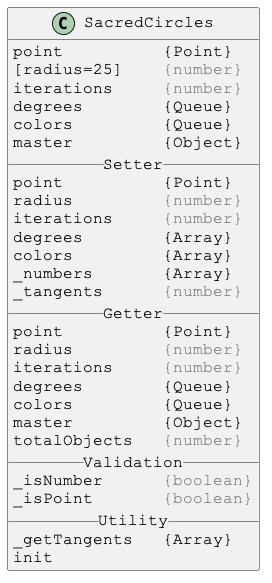
This is docs/PlantUml/images/SacredCircles.png from Justin-Byrne/canvasLab, a PlantUML export, as it was before one commit. Source of this version:
```plantuml
@startuml

skinparam DefaultFontSize 16
skinparam DefaultFontName Courier New

class SacredCircles {
point          {Point}
[radius=25]    <color:gray>{number}</color>
iterations     <color:gray>{number}</color>
degrees        {Queue}
colors         {Queue}
master         {Object}
__ Setter __
point          {Point}
radius         <color:gray>{number}</color>
iterations     <color:gray>{number}</color>
degrees        {Array}
colors         {Array}
_numbers       {Array}
_tangents      <color:gray>{number}</color>
__ Getter __
point          {Point}
radius         <color:gray>{number}</color>
iterations     <color:gray>{number}</color>
degrees        {Queue}
colors         {Queue}
master         {Object}
totalObjects   <color:gray>{number}</color>
__ Validation __
_isNumber      <color:gray>{boolean}</color>
_isPoint       <color:gray>{boolean}</color>
__ Utility __
_getTangents   {Array}
init
}

@enduml
```
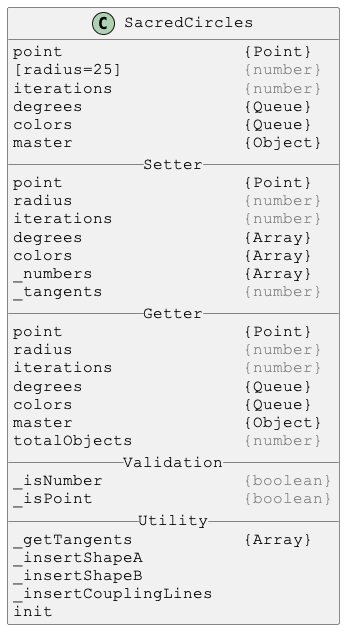
After the commit.

The edit, as a diff of the source:
```diff
@@ -4,33 +4,36 @@
 skinparam DefaultFontName Courier New
 
 class SacredCircles {
-point          {Point}
-[radius=25]    <color:gray>{number}</color>
-iterations     <color:gray>{number}</color>
-degrees        {Queue}
-colors         {Queue}
-master         {Object}
+point                  {Point}
+[radius=25]            <color:gray>{number}</color>
+iterations             <color:gray>{number}</color>
+degrees                {Queue}
+colors                 {Queue}
+master                 {Object}
 __ Setter __
-point          {Point}
-radius         <color:gray>{number}</color>
-iterations     <color:gray>{number}</color>
-degrees        {Array}
-colors         {Array}
-_numbers       {Array}
-_tangents      <color:gray>{number}</color>
+point                  {Point}
+radius                 <color:gray>{number}</color>
+iterations             <color:gray>{number}</color>
+degrees                {Array}
+colors                 {Array}
+_numbers               {Array}
+_tangents              <color:gray>{number}</color>
 __ Getter __
-point          {Point}
-radius         <color:gray>{number}</color>
-iterations     <color:gray>{number}</color>
-degrees        {Queue}
-colors         {Queue}
-master         {Object}
-totalObjects   <color:gray>{number}</color>
+point                  {Point}
+radius                 <color:gray>{number}</color>
+iterations             <color:gray>{number}</color>
+degrees                {Queue}
+colors                 {Queue}
+master                 {Object}
+totalObjects           <color:gray>{number}</color>
 __ Validation __
-_isNumber      <color:gray>{boolean}</color>
-_isPoint       <color:gray>{boolean}</color>
+_isNumber              <color:gray>{boolean}</color>
+_isPoint               <color:gray>{boolean}</color>
 __ Utility __
-_getTangents   {Array}
+_getTangents           {Array}
+_insertShapeA
+_insertShapeB
+_insertCouplingLines
 init
 }
 
```
